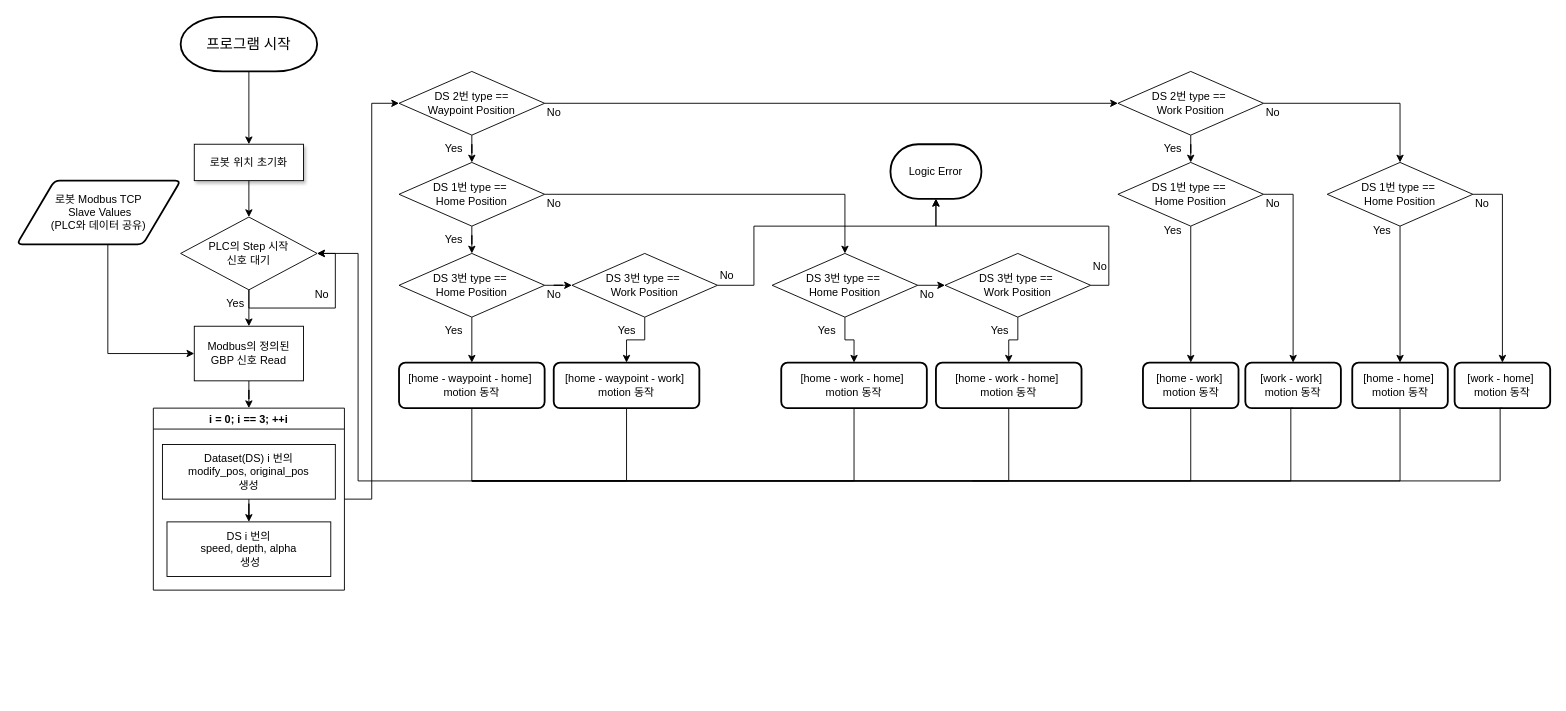
This is 제목 없는 다이어그램.drawio from LeeJuMyeong/Documents, a draw.io file, before an edit. Source tidied: cells renumbered, new cells numbered last; positions are measured from the earlier drawing's top-left corner, leaving out a move shared by most shapes. Both pictures are drawn from the tidied source at 91%, with x=0, y=0 at pixel (16, 16).
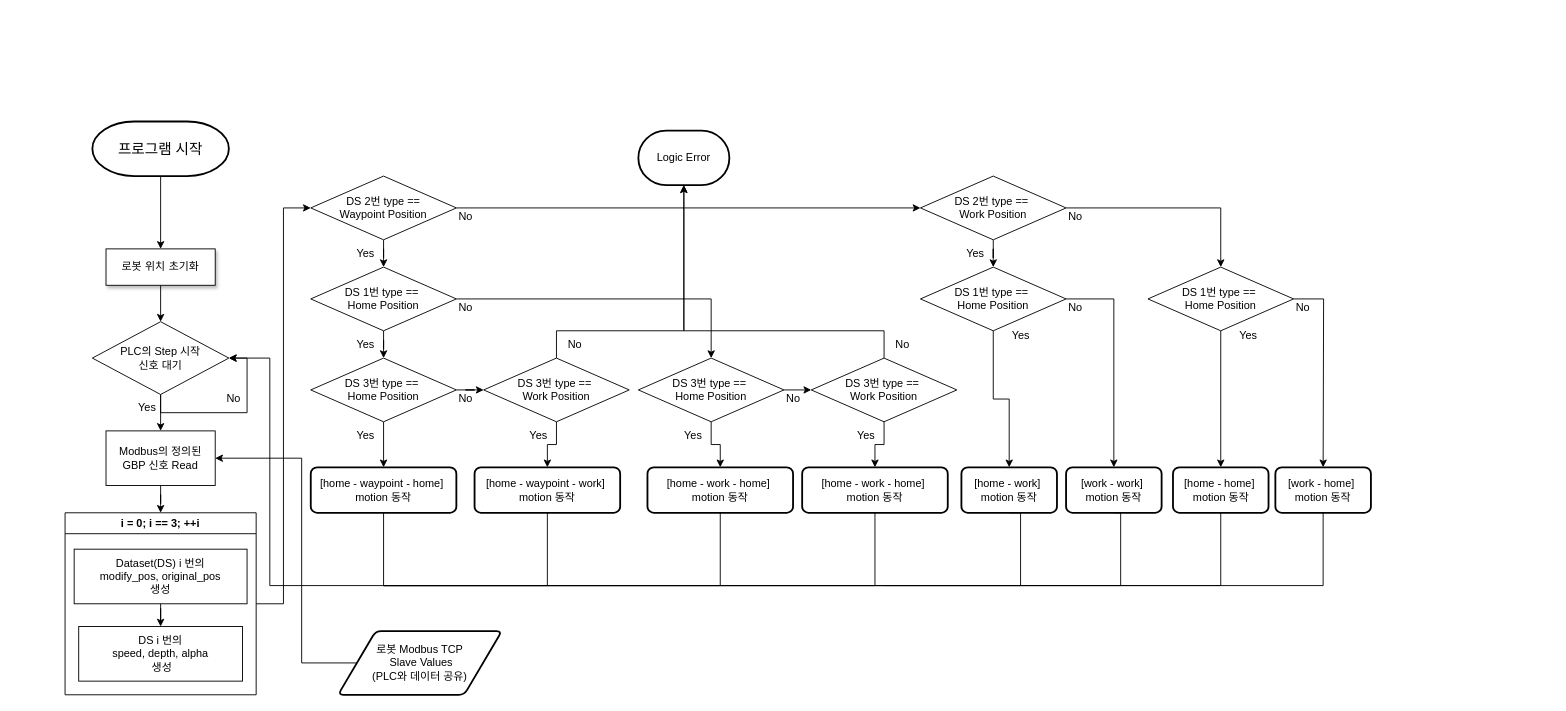
After the change.

Commit message:
제목 없는 다이어그램.drawio 업데이트

Diff of the diagram source:
```diff
@@
     <mxCell id="3" value="&lt;font style=&quot;font-size: 16px;&quot;&gt;프로그램 시작&lt;/font&gt;" style="strokeWidth=2;html=1;shape=mxgraph.flowchart.terminator;whiteSpace=wrap;" parent="1" vertex="1">
-      <mxGeometry x="180" width="150" height="60" as="geometry" />
+      <mxGeometry x="83" y="115" width="150" height="60" as="geometry" />
     </mxCell>
@@
     <mxCell id="5" value="&lt;font style=&quot;font-size: 12px;&quot;&gt;로봇 위치 초기화&lt;/font&gt;" style="whiteSpace=wrap;html=1;rounded=0;shadow=1;labelBackgroundColor=none;strokeWidth=1;fontFamily=Verdana;fontSize=8;align=center;" parent="1" vertex="1">
-      <mxGeometry x="195" y="140" width="120" height="40" as="geometry" />
+      <mxGeometry x="98" y="255" width="120" height="40" as="geometry" />
     </mxCell>
@@
     <mxCell id="7" value="Modbus의 정의된 GBP 신호 Read" style="whiteSpace=wrap;html=1;" parent="1" vertex="1">
-      <mxGeometry x="195" y="340" width="120" height="60" as="geometry" />
+      <mxGeometry x="98" y="455" width="120" height="60" as="geometry" />
     </mxCell>
@@
     <mxCell id="10" value="PLC의 Step 시작 &lt;br&gt;신호 대기" style="rhombus;whiteSpace=wrap;html=1;" parent="1" vertex="1">
-      <mxGeometry x="180" y="220" width="150" height="80" as="geometry" />
+      <mxGeometry x="83" y="335" width="150" height="80" as="geometry" />
     </mxCell>
     <mxCell id="11" value="No" style="text;html=1;align=center;verticalAlign=middle;strokeColor=none;fillColor=none;" parent="1" vertex="1">
-      <mxGeometry x="315" y="290" width="40" height="30" as="geometry" />
+      <mxGeometry x="218" y="405" width="40" height="30" as="geometry" />
     </mxCell>
     <mxCell id="12" value="Yes" style="text;html=1;align=center;verticalAlign=middle;strokeColor=none;fillColor=none;" parent="1" vertex="1">
-      <mxGeometry x="220" y="300" width="40" height="30" as="geometry" />
+      <mxGeometry x="123" y="415" width="40" height="30" as="geometry" />
     </mxCell>
-    <mxCell id="13" style="edgeStyle=orthogonalEdgeStyle;rounded=0;jettySize=auto;html=1;exitX=0.5;exitY=1;exitDx=0;exitDy=0;entryX=0;entryY=0.5;entryDx=0;entryDy=0;" parent="1" edge="1" source="14" target="7">
+    <mxCell id="13" style="edgeStyle=orthogonalEdgeStyle;rounded=0;jettySize=auto;html=1;exitX=0;exitY=0.5;exitDx=0;exitDy=0;entryX=1;entryY=0.5;entryDx=0;entryDy=0;" parent="1" edge="1" source="14" target="7">
       <mxGeometry relative="1" as="geometry">
         <Array as="points">
-          <mxPoint x="100" y="370" />
+          <mxPoint x="313" y="710" />
+          <mxPoint x="313" y="485" />
         </Array>
       </mxGeometry>
     </mxCell>
     <mxCell id="14" value="로봇 Modbus TCP&lt;br style=&quot;border-color: var(--border-color);&quot;&gt;&amp;nbsp;Slave Values&lt;br style=&quot;border-color: var(--border-color);&quot;&gt;(PLC와 데이터 공유)" style="shape=parallelogram;html=1;strokeWidth=2;perimeter=parallelogramPerimeter;whiteSpace=wrap;rounded=1;arcSize=12;size=0.23;" parent="1" vertex="1">
-      <mxGeometry y="180" width="180" height="70" as="geometry" />
+      <mxGeometry x="353" y="675" width="180" height="70" as="geometry" />
     </mxCell>
@@
     <mxCell id="16" value="i = 0; i == 3; ++i" style="swimlane;" parent="1" vertex="1">
-      <mxGeometry x="150" y="430" width="210" height="200" as="geometry" />
+      <mxGeometry x="53" y="545" width="210" height="200" as="geometry" />
     </mxCell>
@@
     <mxCell id="22" value="&lt;span style=&quot;font-weight: normal;&quot;&gt;DS 2번 type ==&lt;br&gt;Waypoint Position&lt;br&gt;&lt;/span&gt;" style="rhombus;whiteSpace=wrap;html=1;fontStyle=1;startSize=23;" parent="1" vertex="1">
-      <mxGeometry x="420" y="60" width="160" height="70" as="geometry" />
+      <mxGeometry x="323" y="175" width="160" height="70" as="geometry" />
     </mxCell>
@@
     <mxCell id="25" value="&lt;span style=&quot;font-weight: normal;&quot;&gt;DS 1번 type ==&amp;nbsp;&lt;br&gt;Home Position&lt;br&gt;&lt;/span&gt;" style="rhombus;whiteSpace=wrap;html=1;fontStyle=1;startSize=23;" parent="1" vertex="1">
-      <mxGeometry x="420" y="160" width="160" height="70" as="geometry" />
+      <mxGeometry x="323" y="275" width="160" height="70" as="geometry" />
     </mxCell>
@@
     <mxCell id="28" value="&lt;span style=&quot;font-weight: normal;&quot;&gt;DS 2번 type ==&amp;nbsp;&lt;br&gt;Work Position&lt;br&gt;&lt;/span&gt;" style="rhombus;whiteSpace=wrap;html=1;fontStyle=1;startSize=23;" parent="1" vertex="1">
-      <mxGeometry x="1210" y="60" width="160" height="70" as="geometry" />
+      <mxGeometry x="993" y="175" width="160" height="70" as="geometry" />
     </mxCell>
@@
     <mxCell id="31" value="&lt;span style=&quot;font-weight: normal;&quot;&gt;DS 3번 type ==&amp;nbsp;&lt;br&gt;Home Position&lt;br&gt;&lt;/span&gt;" style="rhombus;whiteSpace=wrap;html=1;fontStyle=1;startSize=23;" parent="1" vertex="1">
-      <mxGeometry x="420" y="260" width="160" height="70" as="geometry" />
+      <mxGeometry x="323" y="375" width="160" height="70" as="geometry" />
     </mxCell>
     <mxCell id="32" style="edgeStyle=orthogonalEdgeStyle;rounded=0;jettySize=auto;html=1;entryX=1;entryY=0.5;entryDx=0;entryDy=0;exitX=0.5;exitY=1;exitDx=0;exitDy=0;" parent="1" edge="1" source="33" target="10">
       <mxGeometry relative="1" as="geometry">
         <Array as="points">
-          <mxPoint x="500" y="510" />
-          <mxPoint x="375" y="510" />
-          <mxPoint x="375" y="260" />
+          <mxPoint x="403" y="625" />
+          <mxPoint x="278" y="625" />
+          <mxPoint x="278" y="375" />
         </Array>
       </mxGeometry>
     </mxCell>
     <mxCell id="33" value="[home - waypoint - home]&amp;nbsp;&lt;br style=&quot;border-color: var(--border-color);&quot;&gt;motion 동작" style="rounded=1;whiteSpace=wrap;html=1;absoluteArcSize=1;arcSize=14;strokeWidth=2;" parent="1" vertex="1">
-      <mxGeometry x="420" y="380" width="160" height="50" as="geometry" />
+      <mxGeometry x="323" y="495" width="160" height="50" as="geometry" />
     </mxCell>
@@
     <mxCell id="36" value="&lt;span style=&quot;font-weight: normal;&quot;&gt;DS 3번 type ==&amp;nbsp;&lt;br&gt;Home Position&lt;br&gt;&lt;/span&gt;" style="rhombus;whiteSpace=wrap;html=1;fontStyle=1;startSize=23;" parent="1" vertex="1">
-      <mxGeometry x="830" y="260" width="160" height="70" as="geometry" />
+      <mxGeometry x="683" y="375" width="160" height="70" as="geometry" />
     </mxCell>
@@
-    <mxCell id="38" style="edgeStyle=orthogonalEdgeStyle;rounded=0;jettySize=auto;html=1;" parent="1" edge="1" source="39" target="58">
+    <mxCell id="38" style="edgeStyle=orthogonalEdgeStyle;rounded=0;jettySize=auto;html=1;exitX=0.5;exitY=0;exitDx=0;exitDy=0;entryX=0.5;entryY=1;entryDx=0;entryDy=0;entryPerimeter=0;" parent="1" edge="1" source="39" target="58">
       <mxGeometry relative="1" as="geometry">
         <Array as="points">
-          <mxPoint x="810" y="295" />
-          <mxPoint x="810" y="230" />
-          <mxPoint x="1010" y="230" />
+          <mxPoint x="593" y="345" />
+          <mxPoint x="733" y="345" />
         </Array>
       </mxGeometry>
     </mxCell>
     <mxCell id="39" value="&lt;span style=&quot;font-weight: normal;&quot;&gt;DS 3번 type ==&amp;nbsp;&lt;br&gt;Work Position&lt;br&gt;&lt;/span&gt;" style="rhombus;whiteSpace=wrap;html=1;fontStyle=1;startSize=23;" parent="1" vertex="1">
-      <mxGeometry x="610" y="260" width="160" height="70" as="geometry" />
+      <mxGeometry x="513" y="375" width="160" height="70" as="geometry" />
     </mxCell>
     <mxCell id="40" style="edgeStyle=orthogonalEdgeStyle;rounded=0;jettySize=auto;html=1;endArrow=none;endFill=0;" parent="1" edge="1" source="41">
       <mxGeometry relative="1" as="geometry">
-        <mxPoint x="500" y="510" as="targetPoint" />
+        <mxPoint x="403" y="625" as="targetPoint" />
         <Array as="points">
-          <mxPoint x="670" y="510" />
+          <mxPoint x="583" y="625" />
         </Array>
       </mxGeometry>
     </mxCell>
     <mxCell id="41" value="[home - waypoint - work]&amp;nbsp;&lt;br style=&quot;border-color: var(--border-color);&quot;&gt;motion 동작" style="rounded=1;whiteSpace=wrap;html=1;absoluteArcSize=1;arcSize=14;strokeWidth=2;" parent="1" vertex="1">
-      <mxGeometry x="590" y="380" width="160" height="50" as="geometry" />
+      <mxGeometry x="503" y="495" width="160" height="50" as="geometry" />
     </mxCell>
     <mxCell id="42" value="Yes" style="text;html=1;align=center;verticalAlign=middle;strokeColor=none;fillColor=none;" parent="1" vertex="1">
-      <mxGeometry x="460" y="130" width="40" height="30" as="geometry" />
+      <mxGeometry x="363" y="245" width="40" height="30" as="geometry" />
     </mxCell>
     <mxCell id="43" value="Yes" style="text;html=1;align=center;verticalAlign=middle;strokeColor=none;fillColor=none;" parent="1" vertex="1">
-      <mxGeometry x="460" y="230" width="40" height="30" as="geometry" />
+      <mxGeometry x="363" y="345" width="40" height="30" as="geometry" />
     </mxCell>
     <mxCell id="44" value="Yes" style="text;html=1;align=center;verticalAlign=middle;strokeColor=none;fillColor=none;" parent="1" vertex="1">
-      <mxGeometry x="460" y="330" width="40" height="30" as="geometry" />
+      <mxGeometry x="363" y="445" width="40" height="30" as="geometry" />
     </mxCell>
     <mxCell id="45" value="No" style="text;html=1;align=center;verticalAlign=middle;strokeColor=none;fillColor=none;" parent="1" vertex="1">
-      <mxGeometry x="570" y="290" width="40" height="30" as="geometry" />
+      <mxGeometry x="473" y="405" width="40" height="30" as="geometry" />
     </mxCell>
     <mxCell id="46" value="No" style="text;html=1;align=center;verticalAlign=middle;strokeColor=none;fillColor=none;" parent="1" vertex="1">
-      <mxGeometry x="570" y="90" width="40" height="30" as="geometry" />
+      <mxGeometry x="473" y="205" width="40" height="30" as="geometry" />
     </mxCell>
     <mxCell id="47" value="No" style="text;html=1;align=center;verticalAlign=middle;strokeColor=none;fillColor=none;" parent="1" vertex="1">
-      <mxGeometry x="570" y="190" width="40" height="30" as="geometry" />
+      <mxGeometry x="473" y="305" width="40" height="30" as="geometry" />
     </mxCell>
     <mxCell id="48" value="No" style="text;html=1;align=center;verticalAlign=middle;strokeColor=none;fillColor=none;" parent="1" vertex="1">
-      <mxGeometry x="760" y="270" width="40" height="30" as="geometry" />
+      <mxGeometry x="593" y="345" width="40" height="30" as="geometry" />
     </mxCell>
     <mxCell id="49" value="Yes" style="text;html=1;align=center;verticalAlign=middle;strokeColor=none;fillColor=none;" parent="1" vertex="1">
-      <mxGeometry x="650" y="330" width="40" height="30" as="geometry" />
+      <mxGeometry x="553" y="445" width="40" height="30" as="geometry" />
     </mxCell>
     <mxCell id="50" value="[home - work - home]&amp;nbsp;&lt;br style=&quot;border-color: var(--border-color);&quot;&gt;motion 동작" style="rounded=1;whiteSpace=wrap;html=1;absoluteArcSize=1;arcSize=14;strokeWidth=2;" parent="1" vertex="1">
-      <mxGeometry x="840" y="380" width="160" height="50" as="geometry" />
+      <mxGeometry x="693" y="495" width="160" height="50" as="geometry" />
     </mxCell>
     <mxCell id="51" value="Yes" style="text;html=1;align=center;verticalAlign=middle;strokeColor=none;fillColor=none;" parent="1" vertex="1">
-      <mxGeometry x="870" y="330" width="40" height="30" as="geometry" />
+      <mxGeometry x="723" y="445" width="40" height="30" as="geometry" />
     </mxCell>
     <mxCell id="52" value="[home - work - home]&amp;nbsp;&lt;br style=&quot;border-color: var(--border-color);&quot;&gt;motion 동작" style="rounded=1;whiteSpace=wrap;html=1;absoluteArcSize=1;arcSize=14;strokeWidth=2;" parent="1" vertex="1">
-      <mxGeometry x="1010" y="380" width="160" height="50" as="geometry" />
+      <mxGeometry x="863" y="495" width="160" height="50" as="geometry" />
     </mxCell>
     <mxCell id="53" value="No" style="text;html=1;align=center;verticalAlign=middle;strokeColor=none;fillColor=none;" parent="1" vertex="1">
-      <mxGeometry x="980" y="290" width="40" height="30" as="geometry" />
+      <mxGeometry x="833" y="405" width="40" height="30" as="geometry" />
     </mxCell>
@@
-    <mxCell id="55" style="edgeStyle=orthogonalEdgeStyle;rounded=0;jettySize=auto;html=1;entryX=0.5;entryY=1;entryDx=0;entryDy=0;entryPerimeter=0;exitX=1;exitY=0.5;exitDx=0;exitDy=0;" parent="1" edge="1" source="56" target="58">
+    <mxCell id="55" style="edgeStyle=orthogonalEdgeStyle;rounded=0;jettySize=auto;html=1;entryX=0.5;entryY=1;entryDx=0;entryDy=0;entryPerimeter=0;exitX=0.5;exitY=0;exitDx=0;exitDy=0;" parent="1" edge="1" source="56" target="58">
       <mxGeometry relative="1" as="geometry">
         <Array as="points">
-          <mxPoint x="1200" y="295" />
-          <mxPoint x="1200" y="230" />
-          <mxPoint x="1010" y="230" />
+          <mxPoint x="953" y="345" />
+          <mxPoint x="733" y="345" />
         </Array>
       </mxGeometry>
     </mxCell>
     <mxCell id="56" value="&lt;span style=&quot;font-weight: normal;&quot;&gt;DS 3번 type ==&amp;nbsp;&lt;br&gt;Work Position&lt;br&gt;&lt;/span&gt;" style="rhombus;whiteSpace=wrap;html=1;fontStyle=1;startSize=23;" parent="1" vertex="1">
-      <mxGeometry x="1020" y="260" width="160" height="70" as="geometry" />
+      <mxGeometry x="873" y="375" width="160" height="70" as="geometry" />
     </mxCell>
     <mxCell id="57" value="Yes" style="text;html=1;align=center;verticalAlign=middle;strokeColor=none;fillColor=none;" parent="1" vertex="1">
-      <mxGeometry x="1060" y="330" width="40" height="30" as="geometry" />
+      <mxGeometry x="913" y="445" width="40" height="30" as="geometry" />
     </mxCell>
     <mxCell id="58" value="Logic Error" style="strokeWidth=2;html=1;shape=mxgraph.flowchart.terminator;whiteSpace=wrap;" parent="1" vertex="1">
-      <mxGeometry x="960" y="140" width="100" height="60" as="geometry" />
+      <mxGeometry x="683" y="125" width="100" height="60" as="geometry" />
     </mxCell>
     <mxCell id="59" value="No" style="text;html=1;align=center;verticalAlign=middle;strokeColor=none;fillColor=none;" parent="1" vertex="1">
-      <mxGeometry x="1170" y="260" width="40" height="30" as="geometry" />
+      <mxGeometry x="953" y="345" width="40" height="30" as="geometry" />
     </mxCell>
@@
     <mxCell id="62" value="&lt;span style=&quot;font-weight: normal;&quot;&gt;DS 1번 type ==&amp;nbsp;&lt;br&gt;Home Position&lt;br&gt;&lt;/span&gt;" style="rhombus;whiteSpace=wrap;html=1;fontStyle=1;startSize=23;" parent="1" vertex="1">
-      <mxGeometry x="1210" y="160" width="160" height="70" as="geometry" />
+      <mxGeometry x="993" y="275" width="160" height="70" as="geometry" />
     </mxCell>
     <mxCell id="63" value="Yes" style="text;html=1;align=center;verticalAlign=middle;strokeColor=none;fillColor=none;" parent="1" vertex="1">
-      <mxGeometry x="1250" y="130" width="40" height="30" as="geometry" />
+      <mxGeometry x="1033" y="245" width="40" height="30" as="geometry" />
     </mxCell>
     <mxCell id="64" value="[home - work]&amp;nbsp;&lt;br style=&quot;border-color: var(--border-color);&quot;&gt;motion 동작" style="rounded=1;whiteSpace=wrap;html=1;absoluteArcSize=1;arcSize=14;strokeWidth=2;" parent="1" vertex="1">
-      <mxGeometry x="1237.5" y="380" width="105" height="50" as="geometry" />
+      <mxGeometry x="1038" y="495" width="105" height="50" as="geometry" />
     </mxCell>
     <mxCell id="65" value="Yes" style="text;html=1;align=center;verticalAlign=middle;strokeColor=none;fillColor=none;" parent="1" vertex="1">
-      <mxGeometry x="1250" y="220" width="40" height="30" as="geometry" />
+      <mxGeometry x="1083" y="335" width="40" height="30" as="geometry" />
     </mxCell>
     <mxCell id="66" value="[work - work]&amp;nbsp;&lt;br style=&quot;border-color: var(--border-color);&quot;&gt;motion 동작" style="rounded=1;whiteSpace=wrap;html=1;absoluteArcSize=1;arcSize=14;strokeWidth=2;" parent="1" vertex="1">
-      <mxGeometry x="1350" y="380" width="105" height="50" as="geometry" />
+      <mxGeometry x="1153" y="495" width="105" height="50" as="geometry" />
     </mxCell>
     <mxCell id="67" value="No" style="text;html=1;align=center;verticalAlign=middle;strokeColor=none;fillColor=none;" parent="1" vertex="1">
-      <mxGeometry x="1360" y="190" width="40" height="30" as="geometry" />
+      <mxGeometry x="1143" y="305" width="40" height="30" as="geometry" />
     </mxCell>
     <mxCell id="68" value="No" style="text;html=1;align=center;verticalAlign=middle;strokeColor=none;fillColor=none;" parent="1" vertex="1">
-      <mxGeometry x="1360" y="90" width="40" height="30" as="geometry" />
+      <mxGeometry x="1143" y="205" width="40" height="30" as="geometry" />
     </mxCell>
@@
-    <mxCell id="70" style="edgeStyle=orthogonalEdgeStyle;rounded=0;jettySize=auto;html=1;exitX=1;exitY=0.5;exitDx=0;exitDy=0;entryX=0.5;entryY=0;entryDx=0;entryDy=0;" parent="1" edge="1" source="71" target="75">
-      <mxGeometry relative="1" as="geometry" />
+    <mxCell id="70" style="edgeStyle=orthogonalEdgeStyle;rounded=0;jettySize=auto;html=1;exitX=1;exitY=0.5;exitDx=0;exitDy=0;entryX=0.5;entryY=0;entryDx=0;entryDy=0;" parent="1" edge="1" source="71">
+      <mxGeometry relative="1" as="geometry">
+        <mxPoint x="1435.5" y="495" as="targetPoint" />
+      </mxGeometry>
     </mxCell>
     <mxCell id="71" value="&lt;span style=&quot;font-weight: normal;&quot;&gt;DS 1번 type ==&amp;nbsp;&lt;br&gt;Home Position&lt;br&gt;&lt;/span&gt;" style="rhombus;whiteSpace=wrap;html=1;fontStyle=1;startSize=23;" parent="1" vertex="1">
-      <mxGeometry x="1440" y="160" width="160" height="70" as="geometry" />
+      <mxGeometry x="1243" y="275" width="160" height="70" as="geometry" />
     </mxCell>
     <mxCell id="72" value="[home - home]&amp;nbsp;&lt;br style=&quot;border-color: var(--border-color);&quot;&gt;motion 동작" style="rounded=1;whiteSpace=wrap;html=1;absoluteArcSize=1;arcSize=14;strokeWidth=2;" parent="1" vertex="1">
-      <mxGeometry x="1467.5" y="380" width="105" height="50" as="geometry" />
+      <mxGeometry x="1270.5" y="495" width="105" height="50" as="geometry" />
     </mxCell>
     <mxCell id="73" value="Yes" style="text;html=1;align=center;verticalAlign=middle;strokeColor=none;fillColor=none;" parent="1" vertex="1">
-      <mxGeometry x="1480" y="220" width="40" height="30" as="geometry" />
+      <mxGeometry x="1333" y="335" width="40" height="30" as="geometry" />
     </mxCell>
     <mxCell id="74" value="No" style="text;html=1;align=center;verticalAlign=middle;strokeColor=none;fillColor=none;" parent="1" vertex="1">
-      <mxGeometry x="1590" y="190" width="40" height="30" as="geometry" />
+      <mxGeometry x="1393" y="305" width="40" height="30" as="geometry" />
     </mxCell>
     <mxCell id="75" value="[work - home]&amp;nbsp;&lt;br style=&quot;border-color: var(--border-color);&quot;&gt;motion 동작" style="rounded=1;whiteSpace=wrap;html=1;absoluteArcSize=1;arcSize=14;strokeWidth=2;" parent="1" vertex="1">
-      <mxGeometry x="1580" y="380" width="105" height="50" as="geometry" />
+      <mxGeometry x="1383" y="495" width="105" height="50" as="geometry" />
     </mxCell>
     <mxCell id="76" style="edgeStyle=orthogonalEdgeStyle;rounded=0;jettySize=auto;html=1;endArrow=none;endFill=0;exitX=0.5;exitY=1;exitDx=0;exitDy=0;" parent="1" edge="1" source="50">
       <mxGeometry relative="1" as="geometry">
-        <mxPoint x="500" y="510" as="targetPoint" />
+        <mxPoint x="403" y="625" as="targetPoint" />
         <Array as="points">
-          <mxPoint x="920" y="510" />
+          <mxPoint x="773" y="625" />
         </Array>
       </mxGeometry>
     </mxCell>
     <mxCell id="77" style="edgeStyle=orthogonalEdgeStyle;rounded=0;jettySize=auto;html=1;endArrow=none;endFill=0;exitX=0.5;exitY=1;exitDx=0;exitDy=0;" parent="1" edge="1" source="52">
       <mxGeometry relative="1" as="geometry">
-        <mxPoint x="500" y="510" as="targetPoint" />
+        <mxPoint x="403" y="625" as="targetPoint" />
         <Array as="points">
-          <mxPoint x="1090" y="510" />
+          <mxPoint x="943" y="625" />
         </Array>
       </mxGeometry>
     </mxCell>
     <mxCell id="78" style="edgeStyle=orthogonalEdgeStyle;rounded=0;jettySize=auto;html=1;endArrow=none;endFill=0;exitX=0.5;exitY=1;exitDx=0;exitDy=0;" parent="1" edge="1" source="64">
       <mxGeometry relative="1" as="geometry">
-        <mxPoint x="1050" y="510" as="targetPoint" />
+        <mxPoint x="953" y="625" as="targetPoint" />
         <Array as="points">
-          <mxPoint x="1290" y="510" />
+          <mxPoint x="1103" y="545" />
+          <mxPoint x="1103" y="625" />
         </Array>
       </mxGeometry>
     </mxCell>
     <mxCell id="79" style="edgeStyle=orthogonalEdgeStyle;rounded=0;jettySize=auto;html=1;endArrow=none;endFill=0;exitX=0.5;exitY=1;exitDx=0;exitDy=0;" parent="1" edge="1" source="66">
       <mxGeometry relative="1" as="geometry">
-        <mxPoint x="500" y="510" as="targetPoint" />
+        <mxPoint x="403" y="625" as="targetPoint" />
         <Array as="points">
-          <mxPoint x="1400" y="430" />
-          <mxPoint x="1400" y="510" />
+          <mxPoint x="1213" y="545" />
+          <mxPoint x="1213" y="625" />
         </Array>
       </mxGeometry>
     </mxCell>
     <mxCell id="80" style="edgeStyle=orthogonalEdgeStyle;rounded=0;jettySize=auto;html=1;endArrow=none;endFill=0;exitX=0.5;exitY=1;exitDx=0;exitDy=0;" parent="1" edge="1" source="72">
       <mxGeometry relative="1" as="geometry">
-        <mxPoint x="500" y="510" as="targetPoint" />
+        <mxPoint x="403" y="625" as="targetPoint" />
         <Array as="points">
-          <mxPoint x="1520" y="510" />
+          <mxPoint x="1323" y="625" />
         </Array>
       </mxGeometry>
     </mxCell>
-    <mxCell id="81" style="edgeStyle=orthogonalEdgeStyle;rounded=0;jettySize=auto;html=1;endArrow=none;endFill=0;exitX=0.5;exitY=1;exitDx=0;exitDy=0;" parent="1" edge="1" source="75">
+    <mxCell id="81" style="edgeStyle=orthogonalEdgeStyle;rounded=0;orthogonalLoop=1;jettySize=auto;html=1;endArrow=none;endFill=0;exitX=0.5;exitY=1;exitDx=0;exitDy=0;" parent="1" edge="1">
       <mxGeometry relative="1" as="geometry">
-        <mxPoint x="500" y="510" as="targetPoint" />
+        <mxPoint x="1435.5" y="545" as="sourcePoint" />
+        <mxPoint x="403" y="625" as="targetPoint" />
         <Array as="points">
-          <mxPoint x="1630" y="430" />
-          <mxPoint x="1630" y="510" />
+          <mxPoint x="1435" y="625" />
         </Array>
       </mxGeometry>
     </mxCell>
```
